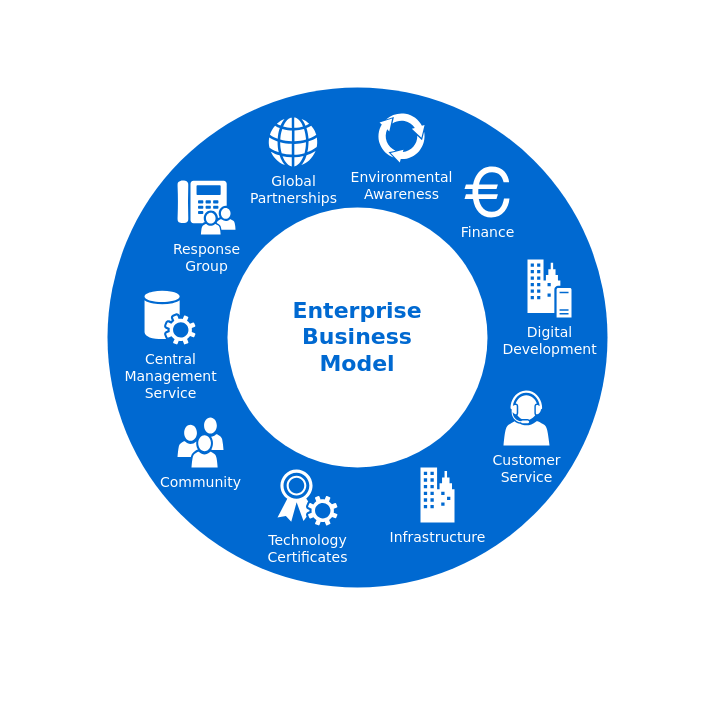
This is HT.drawio from 11carlesnavarro/HealthTrack, a draw.io file, before an edit. Source tidied: cells renumbered, new cells numbered last; positions are measured from the earlier drawing's top-left corner, leaving out a move shared by most shapes. Both pictures are drawn from the tidied source at 100%, with x=0, y=0 at pixel (107, 87).
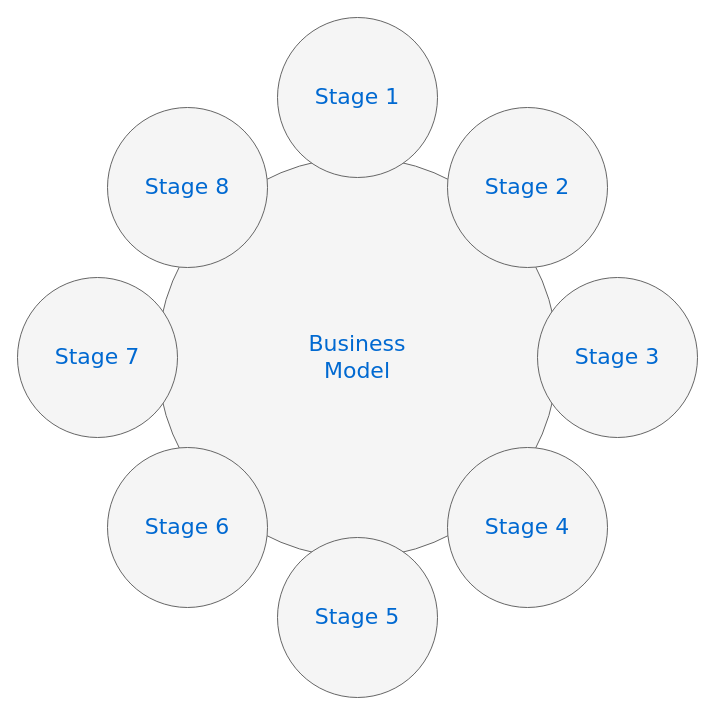
The same page after the edit.

Change to the diagram source:
```diff
@@
 <mxGraphModel>
   <root>
     <mxCell id="0" />
     <mxCell id="1" parent="0" />
-    <mxCell id="2" style="ellipse;whiteSpace=wrap;html=1;rounded=0;shadow=0;comic=0;strokeWidth=1;fontFamily=Verdana;fontSize=14;strokeColor=none;fillColor=#0069D1;" parent="1" vertex="1">
-      <mxGeometry width="500" height="500" as="geometry" />
-    </mxCell>
-    <mxCell id="3" value="Enterprise&lt;div&gt;Business&lt;/div&gt;&lt;div&gt;Model&lt;/div&gt;" style="ellipse;whiteSpace=wrap;html=1;rounded=0;shadow=0;comic=0;strokeWidth=1;fontFamily=Verdana;fontSize=22;strokeColor=none;fillColor=#ffffff;fontColor=#0069D1;fontStyle=1;" parent="1" vertex="1">
-      <mxGeometry x="120" y="120" width="260" height="260" as="geometry" />
-    </mxCell>
-    <mxCell id="4" value="Community" style="shadow=0;dashed=0;html=1;strokeColor=none;fillColor=#ffffff;labelPosition=center;verticalLabelPosition=bottom;verticalAlign=top;shape=mxgraph.office.users.users;rounded=0;comic=0;fontFamily=Verdana;fontSize=14;fontColor=#FFFFFF;" parent="1" vertex="1">
-      <mxGeometry x="70" y="330" width="46" height="50" as="geometry" />
-    </mxCell>
-    <mxCell id="5" value="Customer&lt;div&gt;Service&lt;/div&gt;" style="shadow=0;dashed=0;html=1;strokeColor=none;fillColor=#ffffff;labelPosition=center;verticalLabelPosition=bottom;verticalAlign=top;shape=mxgraph.office.users.call_center_agent;rounded=0;comic=0;fontFamily=Verdana;fontSize=14;fontColor=#FFFFFF;" parent="1" vertex="1">
-      <mxGeometry x="396" y="303" width="46" height="55" as="geometry" />
-    </mxCell>
-    <mxCell id="6" value="Response&lt;div&gt;Group&lt;/div&gt;" style="shadow=0;dashed=0;html=1;strokeColor=none;fillColor=#ffffff;labelPosition=center;verticalLabelPosition=bottom;verticalAlign=top;shape=mxgraph.office.users.response_group;rounded=0;comic=0;fontFamily=Verdana;fontSize=14;fontColor=#FFFFFF;" parent="1" vertex="1">
-      <mxGeometry x="70" y="93" width="58" height="54" as="geometry" />
-    </mxCell>
-    <mxCell id="7" value="Central&lt;div&gt;Management&lt;/div&gt;&lt;div&gt;Service&lt;/div&gt;" style="shadow=0;dashed=0;html=1;strokeColor=none;fillColor=#ffffff;labelPosition=center;verticalLabelPosition=bottom;verticalAlign=top;shape=mxgraph.office.services.central_management_service;rounded=0;comic=0;fontFamily=Verdana;fontSize=14;fontColor=#FFFFFF;" parent="1" vertex="1">
-      <mxGeometry x="37" y="203" width="51" height="54" as="geometry" />
-    </mxCell>
-    <mxCell id="8" value="Digital&lt;div&gt;Development&lt;/div&gt;" style="shadow=0;dashed=0;html=1;strokeColor=none;fillColor=#ffffff;labelPosition=center;verticalLabelPosition=bottom;verticalAlign=top;shape=mxgraph.office.servers.on_premises_server;rounded=0;comic=0;fontFamily=Verdana;fontSize=14;fontColor=#FFFFFF;" parent="1" vertex="1">
-      <mxGeometry x="420" y="172" width="44" height="58" as="geometry" />
-    </mxCell>
-    <mxCell id="9" value="Technology&lt;div&gt;Certificates&lt;/div&gt;" style="shadow=0;dashed=0;html=1;strokeColor=none;fillColor=#ffffff;labelPosition=center;verticalLabelPosition=bottom;verticalAlign=top;shape=mxgraph.office.security.token_service;rounded=0;comic=0;fontFamily=Verdana;fontSize=14;fontColor=#FFFFFF;" parent="1" vertex="1">
-      <mxGeometry x="170" y="382" width="60" height="56" as="geometry" />
-    </mxCell>
-    <mxCell id="10" value="Infrastructure" style="shadow=0;dashed=0;html=1;strokeColor=none;fillColor=#ffffff;labelPosition=center;verticalLabelPosition=bottom;verticalAlign=top;shape=mxgraph.office.concepts.on_premises;rounded=0;comic=0;fontFamily=Verdana;fontSize=14;fontColor=#FFFFFF;" parent="1" vertex="1">
-      <mxGeometry x="313" y="380" width="34" height="55" as="geometry" />
-    </mxCell>
-    <mxCell id="11" value="Global&lt;div&gt;Partnerships&lt;/div&gt;" style="shadow=0;dashed=0;html=1;strokeColor=none;fillColor=#ffffff;labelPosition=center;verticalLabelPosition=bottom;verticalAlign=top;shape=mxgraph.office.concepts.globe_internet;rounded=0;comic=0;fontFamily=Verdana;fontSize=14;fontColor=#FFFFFF;" parent="1" vertex="1">
-      <mxGeometry x="161" y="30" width="49" height="49" as="geometry" />
-    </mxCell>
-    <mxCell id="12" value="Environmental&lt;div&gt;Awareness&lt;/div&gt;" style="shadow=0;dashed=0;html=1;strokeColor=none;shape=mxgraph.mscae.general.continuous_cycle;fillColor=#ffffff;rounded=0;comic=0;fontFamily=Verdana;fontSize=14;fontColor=#FFFFFF;verticalAlign=top;labelPosition=center;verticalLabelPosition=bottom;align=center;" parent="1" vertex="1">
-      <mxGeometry x="270" y="25" width="48" height="50" as="geometry" />
-    </mxCell>
-    <mxCell id="13" value="Finance" style="shape=mxgraph.signs.travel.euro;html=1;fillColor=#ffffff;strokeColor=none;verticalLabelPosition=bottom;verticalAlign=top;align=center;rounded=0;shadow=0;dashed=0;comic=0;fontFamily=Verdana;fontSize=14;fontColor=#FFFFFF;" parent="1" vertex="1">
-      <mxGeometry x="357" y="79" width="45" height="51" as="geometry" />
-    </mxCell>
+    <mxCell id="14" value="Business&lt;div&gt;Model&lt;/div&gt;" style="ellipse;whiteSpace=wrap;html=1;rounded=0;shadow=0;dashed=0;comic=0;fontFamily=Verdana;fontSize=22;fontColor=#0069D1;fillColor=#f5f5f5;strokeColor=#666666;" parent="1" vertex="1">
+      <mxGeometry x="50" y="70" width="400" height="400" as="geometry" />
+    </mxCell>
+    <mxCell id="15" value="Stage 1" style="ellipse;whiteSpace=wrap;html=1;rounded=0;shadow=0;dashed=0;comic=0;fontFamily=Verdana;fontSize=22;fontColor=#0069D1;fillColor=#f5f5f5;strokeColor=#666666;" parent="1" vertex="1">
+      <mxGeometry x="170" y="-70" width="160" height="160" as="geometry" />
+    </mxCell>
+    <mxCell id="16" value="Stage 5" style="ellipse;whiteSpace=wrap;html=1;rounded=0;shadow=0;dashed=0;comic=0;fontFamily=Verdana;fontSize=22;fontColor=#0069D1;fillColor=#f5f5f5;strokeColor=#666666;" parent="1" vertex="1">
+      <mxGeometry x="170" y="450" width="160" height="160" as="geometry" />
+    </mxCell>
+    <mxCell id="17" value="Stage 3" style="ellipse;whiteSpace=wrap;html=1;rounded=0;shadow=0;dashed=0;comic=0;fontFamily=Verdana;fontSize=22;fontColor=#0069D1;fillColor=#f5f5f5;strokeColor=#666666;" parent="1" vertex="1">
+      <mxGeometry x="430" y="190" width="160" height="160" as="geometry" />
+    </mxCell>
+    <mxCell id="18" value="Stage 7" style="ellipse;whiteSpace=wrap;html=1;rounded=0;shadow=0;dashed=0;comic=0;fontFamily=Verdana;fontSize=22;fontColor=#0069D1;fillColor=#f5f5f5;strokeColor=#666666;" parent="1" vertex="1">
+      <mxGeometry x="-90" y="190" width="160" height="160" as="geometry" />
+    </mxCell>
+    <mxCell id="19" value="Stage 8" style="ellipse;whiteSpace=wrap;html=1;rounded=0;shadow=0;dashed=0;comic=0;fontFamily=Verdana;fontSize=22;fontColor=#0069D1;fillColor=#f5f5f5;strokeColor=#666666;" parent="1" vertex="1">
+      <mxGeometry y="20" width="160" height="160" as="geometry" />
+    </mxCell>
+    <mxCell id="20" value="Stage 2" style="ellipse;whiteSpace=wrap;html=1;rounded=0;shadow=0;dashed=0;comic=0;fontFamily=Verdana;fontSize=22;fontColor=#0069D1;fillColor=#f5f5f5;strokeColor=#666666;" parent="1" vertex="1">
+      <mxGeometry x="340" y="20" width="160" height="160" as="geometry" />
+    </mxCell>
+    <mxCell id="21" value="Stage 4" style="ellipse;whiteSpace=wrap;html=1;rounded=0;shadow=0;dashed=0;comic=0;fontFamily=Verdana;fontSize=22;fontColor=#0069D1;fillColor=#f5f5f5;strokeColor=#666666;" parent="1" vertex="1">
+      <mxGeometry x="340" y="360" width="160" height="160" as="geometry" />
+    </mxCell>
+    <mxCell id="22" value="Stage 6" style="ellipse;whiteSpace=wrap;html=1;rounded=0;shadow=0;dashed=0;comic=0;fontFamily=Verdana;fontSize=22;fontColor=#0069D1;fillColor=#f5f5f5;strokeColor=#666666;" parent="1" vertex="1">
+      <mxGeometry y="360" width="160" height="160" as="geometry" />
+    </mxCell>
   </root>
 </mxGraphModel>
```
